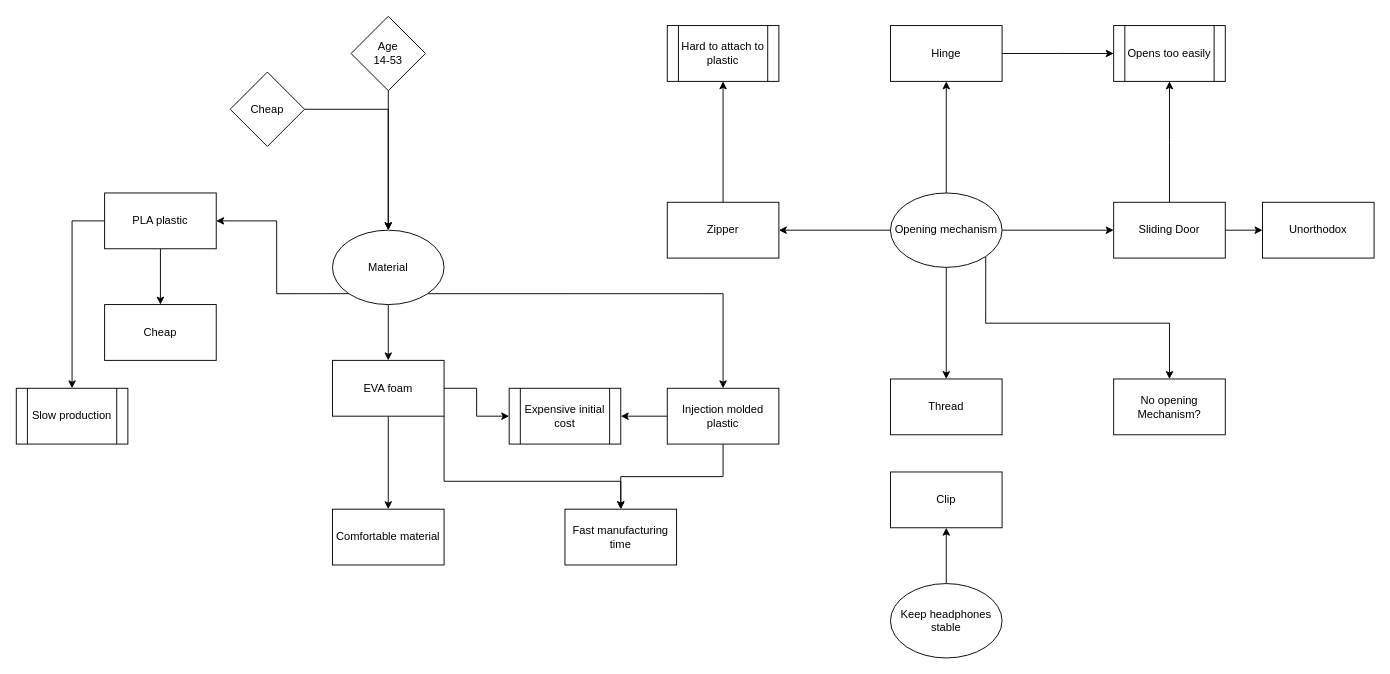
Before: DesignTech.drawio in x3rmination/HeadphoneCaseFlowChart, a draw.io diagram. Source tidied: cells renumbered, new cells numbered last; positions are measured from the earlier drawing's top-left corner, leaving out a move shared by most shapes. Both pictures are drawn from the tidied source at 93%, with x=0, y=0 at pixel (16, 16).
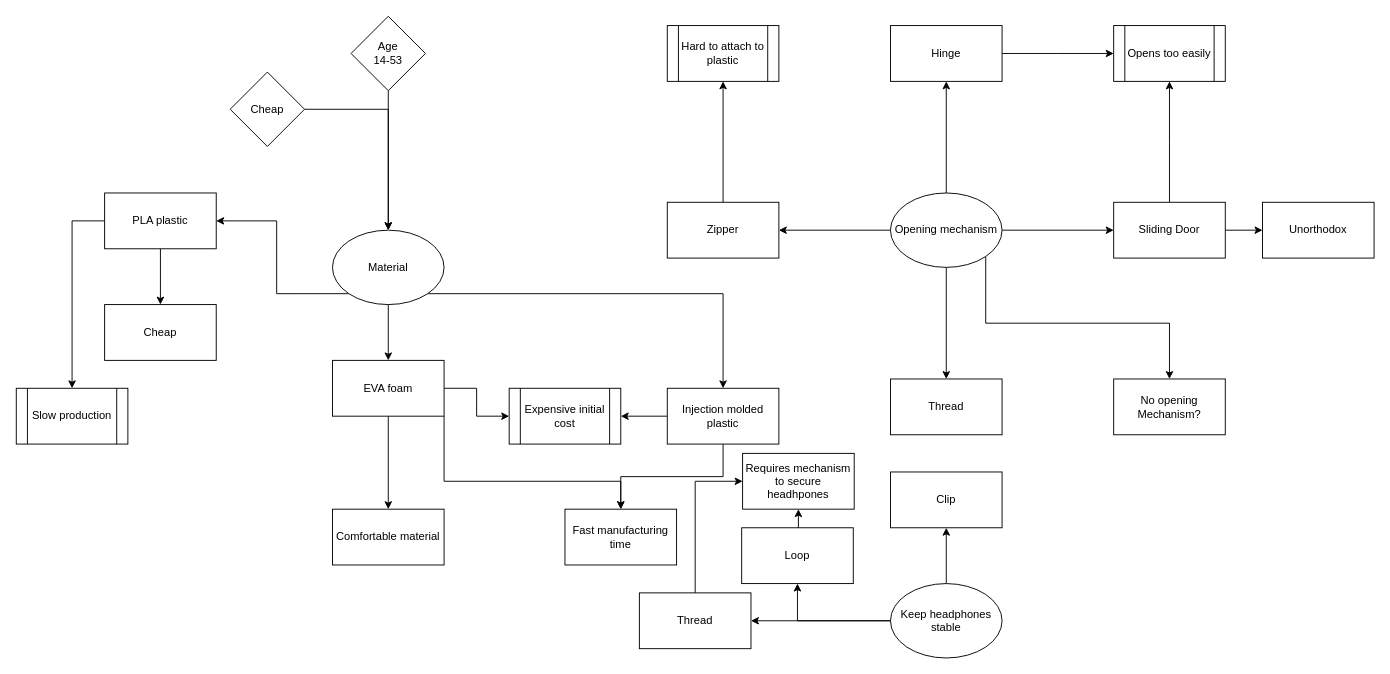
The same diagram, later.

Unchanged cells that the change refers to:
```xml
<mxCell id="44" value="Keep headphones stable" style="ellipse;whiteSpace=wrap;html=1;" parent="1" vertex="1">
  <mxGeometry x="940" y="610" width="120" height="80" as="geometry" />
</mxCell>
```

What changed in the source:
```diff
@@
+    <mxCell id="46" style="edgeStyle=orthogonalEdgeStyle;rounded=0;jettySize=auto;html=1;exitX=0;exitY=0.5;exitDx=0;exitDy=0;entryX=0.5;entryY=1;entryDx=0;entryDy=0;" parent="1" edge="1" source="44" target="49">
+      <mxGeometry relative="1" as="geometry" />
+    </mxCell>
+    <mxCell id="47" style="edgeStyle=orthogonalEdgeStyle;rounded=0;jettySize=auto;html=1;exitX=0;exitY=0.5;exitDx=0;exitDy=0;entryX=1;entryY=0.5;entryDx=0;entryDy=0;" parent="1" edge="1" source="44" target="52">
+      <mxGeometry relative="1" as="geometry" />
+    </mxCell>
@@
+    <mxCell id="48" style="edgeStyle=orthogonalEdgeStyle;rounded=0;jettySize=auto;html=1;exitX=0.5;exitY=0;exitDx=0;exitDy=0;entryX=0.5;entryY=1;entryDx=0;entryDy=0;" parent="1" edge="1" source="49" target="50">
+      <mxGeometry relative="1" as="geometry" />
+    </mxCell>
+    <mxCell id="49" value="Loop" style="rounded=0;whiteSpace=wrap;html=1;" parent="1" vertex="1">
+      <mxGeometry x="780" y="550" width="120" height="60" as="geometry" />
+    </mxCell>
+    <mxCell id="50" value="Requires mechanism to secure headhpones" style="rounded=0;whiteSpace=wrap;html=1;" parent="1" vertex="1">
+      <mxGeometry x="781" y="470" width="120" height="60" as="geometry" />
+    </mxCell>
+    <mxCell id="51" style="edgeStyle=orthogonalEdgeStyle;rounded=0;jettySize=auto;html=1;exitX=0.5;exitY=0;exitDx=0;exitDy=0;entryX=0;entryY=0.5;entryDx=0;entryDy=0;" parent="1" edge="1" source="52" target="50">
+      <mxGeometry relative="1" as="geometry" />
+    </mxCell>
+    <mxCell id="52" value="Thread" style="rounded=0;whiteSpace=wrap;html=1;" parent="1" vertex="1">
+      <mxGeometry x="670" y="620" width="120" height="60" as="geometry" />
+    </mxCell>
```
